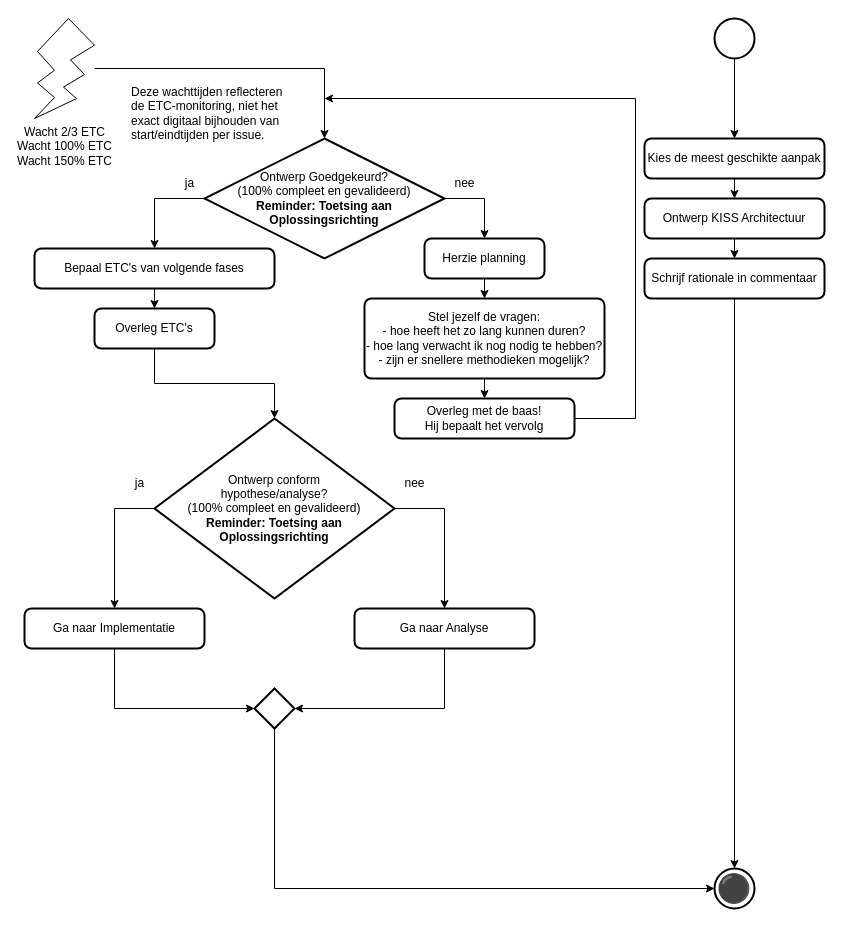
Zaibatsu89/IssueTracker keeps this draw.io diagram as 3 Issue Tracker ontwerp.drawio. Above is the earlier version. Source tidied: cells renumbered, new cells numbered last; positions are measured from the earlier drawing's top-left corner, leaving out a move shared by most shapes. Both pictures are drawn from the tidied source at 100%, with x=0, y=0 at pixel (24, 18).
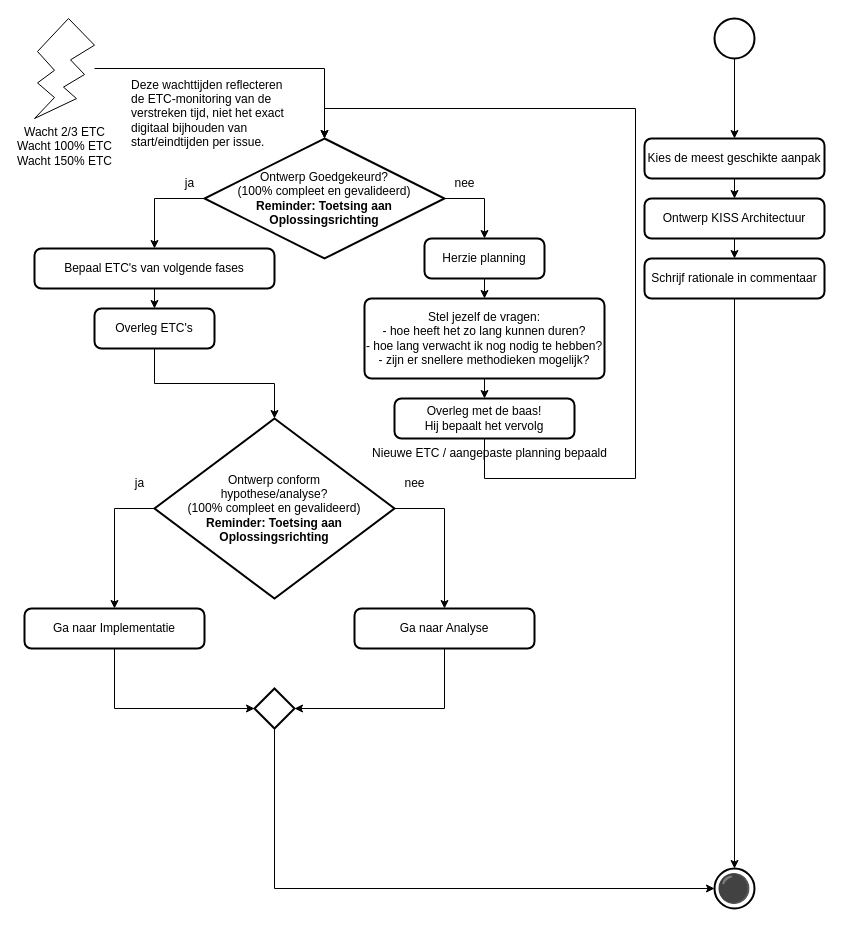
The same page after the edit.

Commit message (it also covers changes not shown here):
nieuwe ETC na tijdtrigger verwerken in originele ETC - verstreken tijd in flowcharts

Unchanged cells that the change refers to:
```xml
<mxCell id="11" value="Ontwerp Goedgekeurd?&lt;br&gt;(100% compleet en gevalideerd)&lt;br&gt;&lt;b&gt;Reminder: Toetsing aan Oplossingsrichting&lt;/b&gt;" style="strokeWidth=2;html=1;shape=mxgraph.flowchart.decision;whiteSpace=wrap;" parent="1" vertex="1">
  <mxGeometry x="180" y="120" width="240" height="120" as="geometry" />
</mxCell>
<mxCell id="31" value="Overleg met de baas!&lt;br&gt;Hij bepaalt het vervolg" style="rounded=1;whiteSpace=wrap;html=1;absoluteArcSize=1;arcSize=14;strokeWidth=2;" parent="1" vertex="1">
  <mxGeometry x="370" y="380" width="180" height="40" as="geometry" />
</mxCell>
```

Diff of the diagram source:
```diff
@@
-    <mxCell id="30" style="edgeStyle=orthogonalEdgeStyle;rounded=0;jettySize=auto;html=1;exitX=0.5;exitY=1;exitDx=0;exitDy=0;" parent="1" edge="1" source="31">
-      <mxGeometry relative="1" as="geometry">
-        <mxPoint x="300" y="80" as="targetPoint" />
-        <Array as="points">
-          <mxPoint x="460" y="400" />
-          <mxPoint x="611" y="400" />
-        </Array>
-      </mxGeometry>
-    </mxCell>
@@
-    <mxCell id="39" value="Deze wachttijden reflecteren&lt;br&gt;de ETC-monitoring, niet het&lt;br&gt;exact digitaal bijhouden van&lt;br&gt;start/eindtijden per issue." style="text;html=1;align=left;verticalAlign=middle;strokeColor=none;fillColor=none;" parent="1" vertex="1">
+    <mxCell id="39" value="Deze wachttijden reflecteren&lt;br&gt;de ETC-monitoring van de&lt;br&gt;verstreken tijd, niet het exact&lt;br&gt;digitaal bijhouden van&lt;br&gt;start/eindtijden per issue." style="text;html=1;align=left;verticalAlign=middle;strokeColor=none;fillColor=none;" parent="1" vertex="1">
       <mxGeometry x="105" y="70" width="300" height="50" as="geometry" />
     </mxCell>
+    <mxCell id="40" value="Nieuwe ETC / aangepaste planning bepaald" style="text;html=1;align=center;verticalAlign=middle;strokeColor=none;fillColor=none;" parent="1" vertex="1">
+      <mxGeometry x="330" y="420" width="270" height="30" as="geometry" />
+    </mxCell>
+    <mxCell id="41" style="edgeStyle=orthogonalEdgeStyle;rounded=0;jettySize=auto;html=1;exitX=0.5;exitY=1;exitDx=0;exitDy=0;entryX=0.5;entryY=0;entryDx=0;entryDy=0;entryPerimeter=0;" parent="1" edge="1" source="31" target="11">
+      <mxGeometry relative="1" as="geometry">
+        <Array as="points">
+          <mxPoint x="460" y="460" />
+          <mxPoint x="611" y="460" />
+          <mxPoint x="611" y="90" />
+        </Array>
+      </mxGeometry>
+    </mxCell>
```
